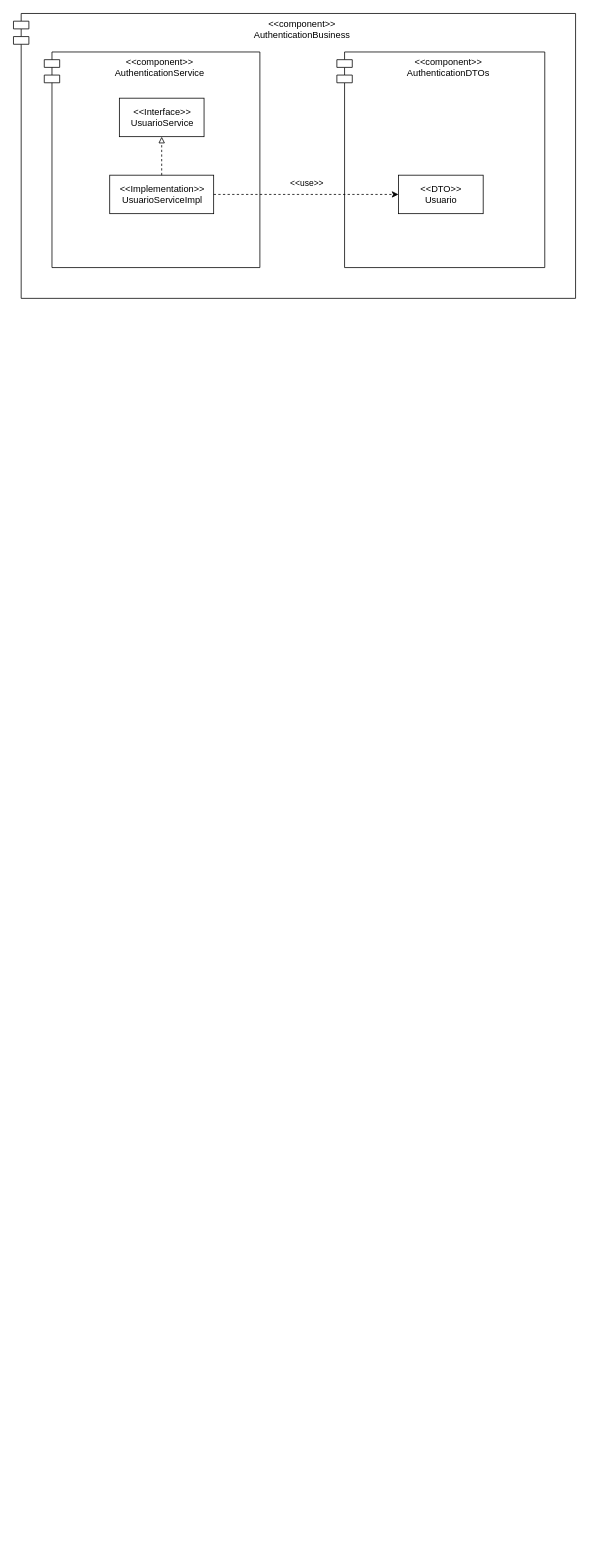
This is diagramas/arquitectura/DiagramaBusiness.drawio from Castillo82/simuladordestinos, a draw.io file, before an edit. Source tidied: cells renumbered, new cells numbered last; positions are measured from the earlier drawing's top-left corner, leaving out a move shared by most shapes. Both pictures are drawn from the tidied source at 77%, with x=0, y=0 at pixel (13, 13).
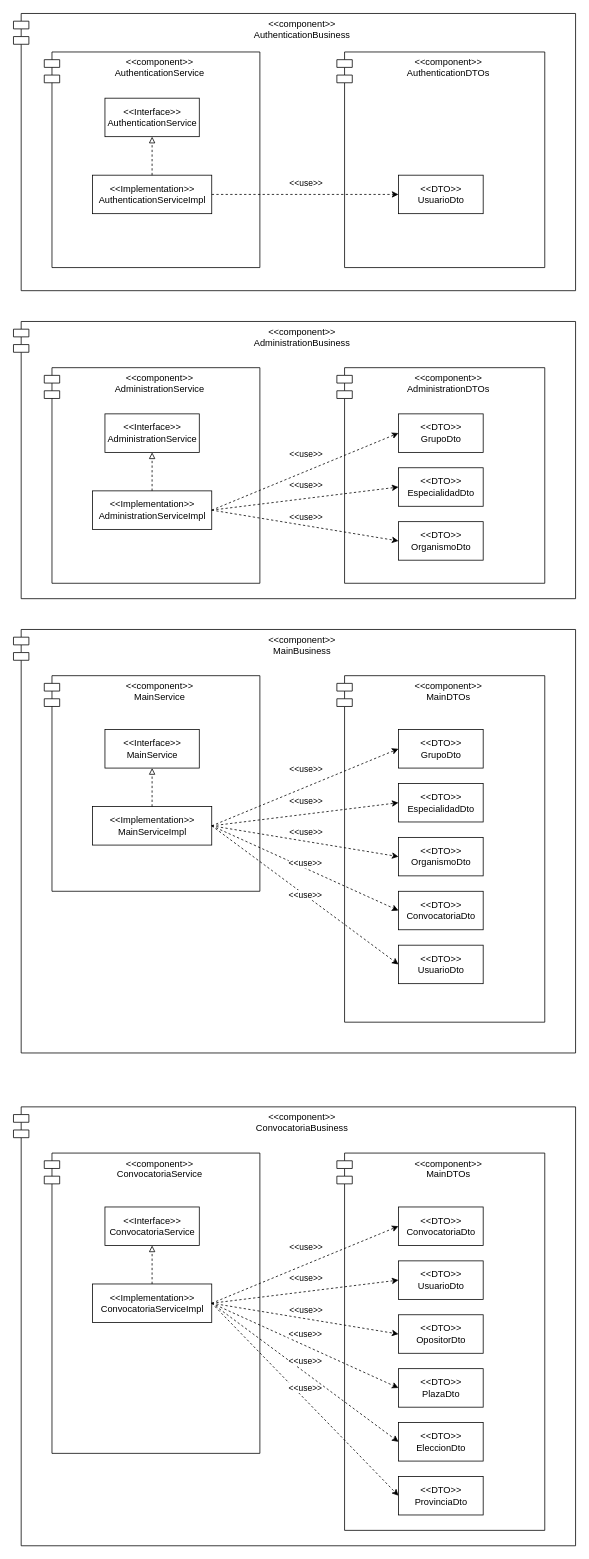
The same diagram, later.

Change to the diagram source:
```diff
@@
     <mxCell id="2" value="&lt;&lt;component&gt;&gt;&#10;AuthenticationBusiness" style="shape=module;align=left;spacingLeft=20;align=center;verticalAlign=top;" parent="1" vertex="1">
-      <mxGeometry width="730" height="370" as="geometry" />
+      <mxGeometry width="730" height="360" as="geometry" />
     </mxCell>
@@
-    <mxCell id="5" value="&amp;lt;&amp;lt;DTO&amp;gt;&amp;gt;&lt;br&gt;Usuario" style="html=1;" parent="1" vertex="1">
+    <mxCell id="5" value="&amp;lt;&amp;lt;DTO&amp;gt;&amp;gt;&lt;br&gt;UsuarioDto" style="html=1;" parent="1" vertex="1">
       <mxGeometry x="500" y="210" width="110" height="50" as="geometry" />
     </mxCell>
-    <mxCell id="6" value="&amp;lt;&amp;lt;Interface&amp;gt;&amp;gt;&lt;br&gt;UsuarioService" style="html=1;" parent="1" vertex="1">
-      <mxGeometry x="137.5" y="110" width="110" height="50" as="geometry" />
+    <mxCell id="6" value="&amp;lt;&amp;lt;Interface&amp;gt;&amp;gt;&lt;br&gt;AuthenticationService" style="html=1;" parent="1" vertex="1">
+      <mxGeometry x="118.8" y="110" width="122.5" height="50" as="geometry" />
     </mxCell>
-    <mxCell id="7" value="&amp;lt;&amp;lt;Implementation&amp;gt;&amp;gt;&lt;br&gt;UsuarioServiceImpl" style="html=1;" parent="1" vertex="1">
-      <mxGeometry x="125" y="210" width="135" height="50" as="geometry" />
+    <mxCell id="7" value="&amp;lt;&amp;lt;Implementation&amp;gt;&amp;gt;&lt;br&gt;AuthenticationServiceImpl" style="html=1;" parent="1" vertex="1">
+      <mxGeometry x="102.5" y="210" width="155" height="50" as="geometry" />
     </mxCell>
@@
+    <mxCell id="11" value="&lt;&lt;component&gt;&gt;&#10;AdministrationBusiness" style="shape=module;align=left;spacingLeft=20;align=center;verticalAlign=top;" parent="1" vertex="1">
+      <mxGeometry y="400" width="730" height="360" as="geometry" />
+    </mxCell>
+    <mxCell id="12" value="&lt;&lt;component&gt;&gt;&#10;AdministrationService" style="shape=module;align=left;spacingLeft=20;align=center;verticalAlign=top;" parent="1" vertex="1">
+      <mxGeometry x="40" y="460" width="280" height="280" as="geometry" />
+    </mxCell>
+    <mxCell id="13" value="&lt;&lt;component&gt;&gt;&#10;AdministrationDTOs" style="shape=module;align=left;spacingLeft=20;align=center;verticalAlign=top;" parent="1" vertex="1">
+      <mxGeometry x="420" y="460" width="270" height="280" as="geometry" />
+    </mxCell>
+    <mxCell id="14" value="&lt;div&gt;&amp;lt;&amp;lt;DTO&amp;gt;&amp;gt;&lt;/div&gt;&lt;div&gt;OrganismoDto&lt;/div&gt;" style="html=1;" parent="1" vertex="1">
+      <mxGeometry x="500" y="660" width="110" height="50" as="geometry" />
+    </mxCell>
+    <mxCell id="15" value="&amp;lt;&amp;lt;Interface&amp;gt;&amp;gt;&lt;br&gt;AdministrationService" style="html=1;" parent="1" vertex="1">
+      <mxGeometry x="118.8" y="520" width="122.5" height="50" as="geometry" />
+    </mxCell>
+    <mxCell id="16" value="&amp;lt;&amp;lt;Implementation&amp;gt;&amp;gt;&lt;br&gt;AdministrationServiceImpl" style="html=1;" parent="1" vertex="1">
+      <mxGeometry x="102.5" y="620" width="155" height="50" as="geometry" />
+    </mxCell>
+    <mxCell id="17" style="endArrow=classic;html=1;rounded=0;entryX=0;entryY=0.5;entryDx=0;entryDy=0;dashed=1;exitX=1;exitY=0.5;exitDx=0;exitDy=0;" parent="1" edge="1" source="16" target="14">
+      <mxGeometry relative="1" as="geometry" />
+    </mxCell>
+    <mxCell id="18" value="&amp;lt;&amp;lt;use&amp;gt;&amp;gt;" style="edgeLabel;html=1;align=center;verticalAlign=middle;" parent="17" vertex="1">
+      <mxGeometry x="0.16" y="-1" relative="1" as="geometry">
+        <mxPoint x="-19" y="-16" as="offset" />
+      </mxGeometry>
+    </mxCell>
+    <mxCell id="19" style="endArrow=block;html=1;rounded=0;entryX=0.5;entryY=1;entryDx=0;entryDy=0;dashed=1;exitX=0.5;exitY=0;exitDx=0;exitDy=0;endFill=0;" parent="1" edge="1" source="16" target="15">
+      <mxGeometry relative="1" as="geometry" />
+    </mxCell>
+    <mxCell id="20" value="&lt;div&gt;&amp;lt;&amp;lt;DTO&amp;gt;&amp;gt;&lt;/div&gt;&lt;div&gt;GrupoDto&lt;/div&gt;" style="html=1;" parent="1" vertex="1">
+      <mxGeometry x="500" y="520" width="110" height="50" as="geometry" />
+    </mxCell>
+    <mxCell id="21" value="&lt;div&gt;&amp;lt;&amp;lt;DTO&amp;gt;&amp;gt;&lt;/div&gt;&lt;div&gt;EspecialidadDto&lt;/div&gt;" style="html=1;" parent="1" vertex="1">
+      <mxGeometry x="500" y="590" width="110" height="50" as="geometry" />
+    </mxCell>
+    <mxCell id="22" style="endArrow=classic;html=1;rounded=0;entryX=0;entryY=0.5;entryDx=0;entryDy=0;dashed=1;exitX=1;exitY=0.5;exitDx=0;exitDy=0;" parent="1" edge="1" source="16" target="21">
+      <mxGeometry relative="1" as="geometry" />
+    </mxCell>
+    <mxCell id="23" value="&amp;lt;&amp;lt;use&amp;gt;&amp;gt;" style="edgeLabel;html=1;align=center;verticalAlign=middle;" parent="22" vertex="1">
+      <mxGeometry x="0.16" y="-1" relative="1" as="geometry">
+        <mxPoint x="-19" y="-16" as="offset" />
+      </mxGeometry>
+    </mxCell>
+    <mxCell id="24" style="endArrow=classic;html=1;rounded=0;entryX=0;entryY=0.5;entryDx=0;entryDy=0;dashed=1;exitX=1;exitY=0.5;exitDx=0;exitDy=0;" parent="1" edge="1" source="16" target="20">
+      <mxGeometry relative="1" as="geometry" />
+    </mxCell>
+    <mxCell id="25" value="&amp;lt;&amp;lt;use&amp;gt;&amp;gt;" style="edgeLabel;html=1;align=center;verticalAlign=middle;" parent="24" vertex="1">
+      <mxGeometry x="0.16" y="-1" relative="1" as="geometry">
+        <mxPoint x="-19" y="-16" as="offset" />
+      </mxGeometry>
+    </mxCell>
+    <mxCell id="26" value="&lt;&lt;component&gt;&gt;&#10;MainBusiness" style="shape=module;align=left;spacingLeft=20;align=center;verticalAlign=top;" parent="1" vertex="1">
+      <mxGeometry y="800" width="730" height="550" as="geometry" />
+    </mxCell>
+    <mxCell id="27" value="&lt;&lt;component&gt;&gt;&#10;MainService" style="shape=module;align=left;spacingLeft=20;align=center;verticalAlign=top;" parent="1" vertex="1">
+      <mxGeometry x="40" y="860" width="280" height="280" as="geometry" />
+    </mxCell>
+    <mxCell id="28" value="&lt;&lt;component&gt;&gt;&#10;MainDTOs" style="shape=module;align=left;spacingLeft=20;align=center;verticalAlign=top;" parent="1" vertex="1">
+      <mxGeometry x="420" y="860" width="270" height="450" as="geometry" />
+    </mxCell>
+    <mxCell id="29" value="&lt;div&gt;&amp;lt;&amp;lt;DTO&amp;gt;&amp;gt;&lt;/div&gt;&lt;div&gt;OrganismoDto&lt;/div&gt;" style="html=1;" parent="1" vertex="1">
+      <mxGeometry x="500" y="1070" width="110" height="50" as="geometry" />
+    </mxCell>
+    <mxCell id="30" value="&amp;lt;&amp;lt;Interface&amp;gt;&amp;gt;&lt;br&gt;MainService" style="html=1;" parent="1" vertex="1">
+      <mxGeometry x="118.8" y="930" width="122.5" height="50" as="geometry" />
+    </mxCell>
+    <mxCell id="31" value="&amp;lt;&amp;lt;Implementation&amp;gt;&amp;gt;&lt;br&gt;MainServiceImpl" style="html=1;" parent="1" vertex="1">
+      <mxGeometry x="102.5" y="1030" width="155" height="50" as="geometry" />
+    </mxCell>
+    <mxCell id="32" style="endArrow=classic;html=1;rounded=0;entryX=0;entryY=0.5;entryDx=0;entryDy=0;dashed=1;exitX=1;exitY=0.5;exitDx=0;exitDy=0;" parent="1" edge="1" source="31" target="29">
+      <mxGeometry relative="1" as="geometry" />
+    </mxCell>
+    <mxCell id="33" value="&amp;lt;&amp;lt;use&amp;gt;&amp;gt;" style="edgeLabel;html=1;align=center;verticalAlign=middle;" parent="32" vertex="1">
+      <mxGeometry x="0.16" y="-1" relative="1" as="geometry">
+        <mxPoint x="-19" y="-16" as="offset" />
+      </mxGeometry>
+    </mxCell>
+    <mxCell id="34" style="endArrow=block;html=1;rounded=0;entryX=0.5;entryY=1;entryDx=0;entryDy=0;dashed=1;exitX=0.5;exitY=0;exitDx=0;exitDy=0;endFill=0;" parent="1" edge="1" source="31" target="30">
+      <mxGeometry relative="1" as="geometry" />
+    </mxCell>
+    <mxCell id="35" value="&lt;div&gt;&amp;lt;&amp;lt;DTO&amp;gt;&amp;gt;&lt;/div&gt;&lt;div&gt;GrupoDto&lt;/div&gt;" style="html=1;" parent="1" vertex="1">
+      <mxGeometry x="500" y="930" width="110" height="50" as="geometry" />
+    </mxCell>
+    <mxCell id="36" value="&lt;div&gt;&amp;lt;&amp;lt;DTO&amp;gt;&amp;gt;&lt;/div&gt;&lt;div&gt;EspecialidadDto&lt;/div&gt;" style="html=1;" parent="1" vertex="1">
+      <mxGeometry x="500" y="1000" width="110" height="50" as="geometry" />
+    </mxCell>
+    <mxCell id="37" style="endArrow=classic;html=1;rounded=0;entryX=0;entryY=0.5;entryDx=0;entryDy=0;dashed=1;exitX=1;exitY=0.5;exitDx=0;exitDy=0;" parent="1" edge="1" source="31" target="36">
+      <mxGeometry relative="1" as="geometry" />
+    </mxCell>
+    <mxCell id="38" value="&amp;lt;&amp;lt;use&amp;gt;&amp;gt;" style="edgeLabel;html=1;align=center;verticalAlign=middle;" parent="37" vertex="1">
+      <mxGeometry x="0.16" y="-1" relative="1" as="geometry">
+        <mxPoint x="-19" y="-16" as="offset" />
+      </mxGeometry>
+    </mxCell>
+    <mxCell id="39" style="endArrow=classic;html=1;rounded=0;entryX=0;entryY=0.5;entryDx=0;entryDy=0;dashed=1;exitX=1;exitY=0.5;exitDx=0;exitDy=0;" parent="1" edge="1" source="31" target="35">
+      <mxGeometry relative="1" as="geometry" />
+    </mxCell>
+    <mxCell id="40" value="&amp;lt;&amp;lt;use&amp;gt;&amp;gt;" style="edgeLabel;html=1;align=center;verticalAlign=middle;" parent="39" vertex="1">
+      <mxGeometry x="0.16" y="-1" relative="1" as="geometry">
+        <mxPoint x="-19" y="-16" as="offset" />
+      </mxGeometry>
+    </mxCell>
+    <mxCell id="41" value="&lt;&lt;component&gt;&gt;&#10;ConvocatoriaBusiness" style="shape=module;align=left;spacingLeft=20;align=center;verticalAlign=top;" parent="1" vertex="1">
+      <mxGeometry y="1420" width="730" height="570" as="geometry" />
+    </mxCell>
+    <mxCell id="42" value="&lt;&lt;component&gt;&gt;&#10;ConvocatoriaService" style="shape=module;align=left;spacingLeft=20;align=center;verticalAlign=top;" parent="1" vertex="1">
+      <mxGeometry x="40" y="1480" width="280" height="390" as="geometry" />
+    </mxCell>
+    <mxCell id="43" value="&lt;&lt;component&gt;&gt;&#10;MainDTOs" style="shape=module;align=left;spacingLeft=20;align=center;verticalAlign=top;" parent="1" vertex="1">
+      <mxGeometry x="420" y="1480" width="270" height="490" as="geometry" />
+    </mxCell>
+    <mxCell id="44" value="&lt;div&gt;&amp;lt;&amp;lt;DTO&amp;gt;&amp;gt;&lt;/div&gt;&lt;div&gt;ProvinciaDto&lt;/div&gt;" style="html=1;" parent="1" vertex="1">
+      <mxGeometry x="500" y="1900" width="110" height="50" as="geometry" />
+    </mxCell>
+    <mxCell id="45" value="&amp;lt;&amp;lt;Interface&amp;gt;&amp;gt;&lt;br&gt;ConvocatoriaService" style="html=1;" parent="1" vertex="1">
+      <mxGeometry x="118.8" y="1550" width="122.5" height="50" as="geometry" />
+    </mxCell>
+    <mxCell id="46" value="&amp;lt;&amp;lt;Implementation&amp;gt;&amp;gt;&lt;br&gt;ConvocatoriaServiceImpl" style="html=1;" parent="1" vertex="1">
+      <mxGeometry x="102.5" y="1650" width="155" height="50" as="geometry" />
+    </mxCell>
+    <mxCell id="47" style="endArrow=classic;html=1;rounded=0;entryX=0;entryY=0.5;entryDx=0;entryDy=0;dashed=1;exitX=1;exitY=0.5;exitDx=0;exitDy=0;" parent="1" edge="1" source="46" target="44">
+      <mxGeometry relative="1" as="geometry" />
+    </mxCell>
+    <mxCell id="48" value="&amp;lt;&amp;lt;use&amp;gt;&amp;gt;" style="edgeLabel;html=1;align=center;verticalAlign=middle;" parent="47" vertex="1">
+      <mxGeometry x="0.16" y="-1" relative="1" as="geometry">
+        <mxPoint x="-19" y="-36" as="offset" />
+      </mxGeometry>
+    </mxCell>
+    <mxCell id="49" style="endArrow=block;html=1;rounded=0;entryX=0.5;entryY=1;entryDx=0;entryDy=0;dashed=1;exitX=0.5;exitY=0;exitDx=0;exitDy=0;endFill=0;" parent="1" edge="1" source="46" target="45">
+      <mxGeometry relative="1" as="geometry" />
+    </mxCell>
+    <mxCell id="50" value="&lt;div&gt;&amp;lt;&amp;lt;DTO&amp;gt;&amp;gt;&lt;/div&gt;&lt;div&gt;ConvocatoriaDto&lt;/div&gt;" style="html=1;" parent="1" vertex="1">
+      <mxGeometry x="500" y="1550" width="110" height="50" as="geometry" />
+    </mxCell>
+    <mxCell id="51" value="&lt;div&gt;&amp;lt;&amp;lt;DTO&amp;gt;&amp;gt;&lt;/div&gt;&lt;div&gt;PlazaDto&lt;/div&gt;" style="html=1;" parent="1" vertex="1">
+      <mxGeometry x="500" y="1760" width="110" height="50" as="geometry" />
+    </mxCell>
+    <mxCell id="52" style="endArrow=classic;html=1;rounded=0;entryX=0;entryY=0.5;entryDx=0;entryDy=0;dashed=1;exitX=1;exitY=0.5;exitDx=0;exitDy=0;" parent="1" edge="1" source="46" target="51">
+      <mxGeometry relative="1" as="geometry" />
+    </mxCell>
+    <mxCell id="53" value="&amp;lt;&amp;lt;use&amp;gt;&amp;gt;" style="edgeLabel;html=1;align=center;verticalAlign=middle;" parent="52" vertex="1">
+      <mxGeometry x="0.16" y="-1" relative="1" as="geometry">
+        <mxPoint x="-19" y="-25" as="offset" />
+      </mxGeometry>
+    </mxCell>
+    <mxCell id="54" style="endArrow=classic;html=1;rounded=0;entryX=0;entryY=0.5;entryDx=0;entryDy=0;dashed=1;exitX=1;exitY=0.5;exitDx=0;exitDy=0;" parent="1" edge="1" source="46" target="50">
+      <mxGeometry relative="1" as="geometry" />
+    </mxCell>
+    <mxCell id="55" value="&amp;lt;&amp;lt;use&amp;gt;&amp;gt;" style="edgeLabel;html=1;align=center;verticalAlign=middle;" parent="54" vertex="1">
+      <mxGeometry x="0.16" y="-1" relative="1" as="geometry">
+        <mxPoint x="-19" y="-16" as="offset" />
+      </mxGeometry>
+    </mxCell>
+    <mxCell id="56" value="&lt;div&gt;&amp;lt;&amp;lt;DTO&amp;gt;&amp;gt;&lt;/div&gt;&lt;div&gt;UsuarioDto&lt;/div&gt;" style="html=1;" parent="1" vertex="1">
+      <mxGeometry x="500" y="1620" width="110" height="50" as="geometry" />
+    </mxCell>
+    <mxCell id="57" value="&lt;div&gt;&amp;lt;&amp;lt;DTO&amp;gt;&amp;gt;&lt;/div&gt;&lt;div&gt;OpositorDto&lt;/div&gt;" style="html=1;" parent="1" vertex="1">
+      <mxGeometry x="500" y="1690" width="110" height="50" as="geometry" />
+    </mxCell>
+    <mxCell id="58" value="&lt;div&gt;&amp;lt;&amp;lt;DTO&amp;gt;&amp;gt;&lt;/div&gt;&lt;div&gt;EleccionDto&lt;/div&gt;" style="html=1;" parent="1" vertex="1">
+      <mxGeometry x="500" y="1830" width="110" height="50" as="geometry" />
+    </mxCell>
+    <mxCell id="59" style="endArrow=classic;html=1;rounded=0;entryX=0;entryY=0.5;entryDx=0;entryDy=0;dashed=1;exitX=1;exitY=0.5;exitDx=0;exitDy=0;" parent="1" edge="1" source="46" target="56">
+      <mxGeometry relative="1" as="geometry" />
+    </mxCell>
+    <mxCell id="60" value="&amp;lt;&amp;lt;use&amp;gt;&amp;gt;" style="edgeLabel;html=1;align=center;verticalAlign=middle;" parent="59" vertex="1">
+      <mxGeometry x="0.16" y="-1" relative="1" as="geometry">
+        <mxPoint x="-19" y="-16" as="offset" />
+      </mxGeometry>
+    </mxCell>
+    <mxCell id="61" style="endArrow=classic;html=1;rounded=0;entryX=0;entryY=0.5;entryDx=0;entryDy=0;dashed=1;exitX=1;exitY=0.5;exitDx=0;exitDy=0;" parent="1" edge="1" source="46" target="57">
+      <mxGeometry relative="1" as="geometry" />
+    </mxCell>
+    <mxCell id="62" value="&amp;lt;&amp;lt;use&amp;gt;&amp;gt;" style="edgeLabel;html=1;align=center;verticalAlign=middle;" parent="61" vertex="1">
+      <mxGeometry x="0.16" y="-1" relative="1" as="geometry">
+        <mxPoint x="-19" y="-16" as="offset" />
+      </mxGeometry>
+    </mxCell>
+    <mxCell id="63" style="endArrow=classic;html=1;rounded=0;entryX=0;entryY=0.5;entryDx=0;entryDy=0;dashed=1;exitX=1;exitY=0.5;exitDx=0;exitDy=0;" parent="1" edge="1" source="46" target="58">
+      <mxGeometry relative="1" as="geometry" />
+    </mxCell>
+    <mxCell id="64" value="&amp;lt;&amp;lt;use&amp;gt;&amp;gt;" style="edgeLabel;html=1;align=center;verticalAlign=middle;" parent="63" vertex="1">
+      <mxGeometry x="0.16" y="-1" relative="1" as="geometry">
+        <mxPoint x="-19" y="-31" as="offset" />
+      </mxGeometry>
+    </mxCell>
+    <mxCell id="65" value="&lt;div&gt;&amp;lt;&amp;lt;DTO&amp;gt;&amp;gt;&lt;/div&gt;&lt;div&gt;ConvocatoriaDto&lt;/div&gt;" style="html=1;" parent="1" vertex="1">
+      <mxGeometry x="500" y="1140" width="110" height="50" as="geometry" />
+    </mxCell>
+    <mxCell id="66" style="endArrow=classic;html=1;rounded=0;entryX=0;entryY=0.5;entryDx=0;entryDy=0;dashed=1;exitX=1;exitY=0.5;exitDx=0;exitDy=0;" parent="1" edge="1" source="31" target="65">
+      <mxGeometry relative="1" as="geometry" />
+    </mxCell>
+    <mxCell id="67" value="&amp;lt;&amp;lt;use&amp;gt;&amp;gt;" style="edgeLabel;html=1;align=center;verticalAlign=middle;" parent="66" vertex="1">
+      <mxGeometry x="0.16" y="-1" relative="1" as="geometry">
+        <mxPoint x="-19" y="-16" as="offset" />
+      </mxGeometry>
+    </mxCell>
+    <mxCell id="68" value="&lt;div&gt;&amp;lt;&amp;lt;DTO&amp;gt;&amp;gt;&lt;/div&gt;&lt;div&gt;UsuarioDto&lt;/div&gt;" style="html=1;" parent="1" vertex="1">
+      <mxGeometry x="500" y="1210" width="110" height="50" as="geometry" />
+    </mxCell>
+    <mxCell id="69" style="endArrow=classic;html=1;rounded=0;entryX=0;entryY=0.5;entryDx=0;entryDy=0;dashed=1;exitX=1;exitY=0.5;exitDx=0;exitDy=0;" parent="1" edge="1" source="31" target="68">
+      <mxGeometry relative="1" as="geometry" />
+    </mxCell>
+    <mxCell id="70" value="&amp;lt;&amp;lt;use&amp;gt;&amp;gt;" style="edgeLabel;html=1;align=center;verticalAlign=middle;" parent="69" vertex="1">
+      <mxGeometry x="0.16" y="-1" relative="1" as="geometry">
+        <mxPoint x="-19" y="-16" as="offset" />
+      </mxGeometry>
+    </mxCell>
```
